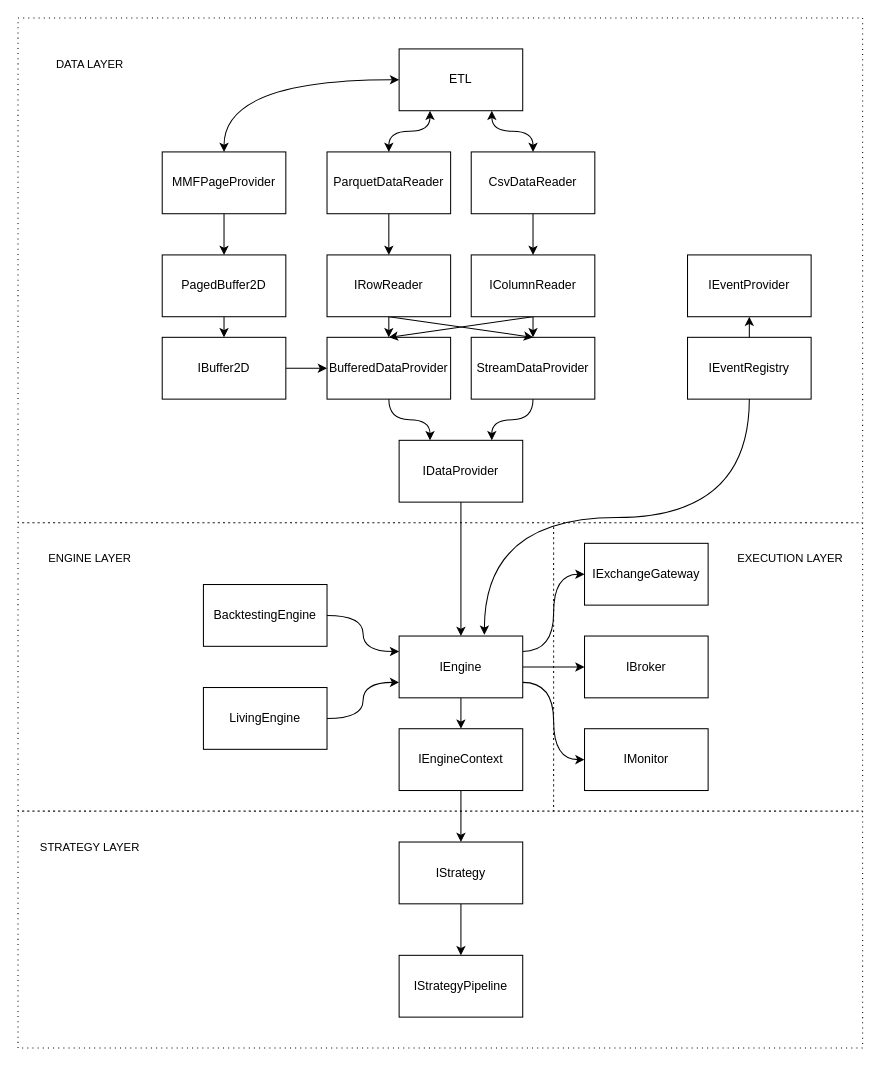
CRThu/CarrotQuant.Net keeps this draw.io diagram as Diagram/CarrotBacktesting.Net.Diagram.drawio. Above is the earlier version. Source tidied: cells renumbered, new cells numbered last; positions are measured from the earlier drawing's top-left corner, leaving out a move shared by most shapes. Both pictures are drawn from the tidied source at 103%, with x=0, y=0 at pixel (18, 18).
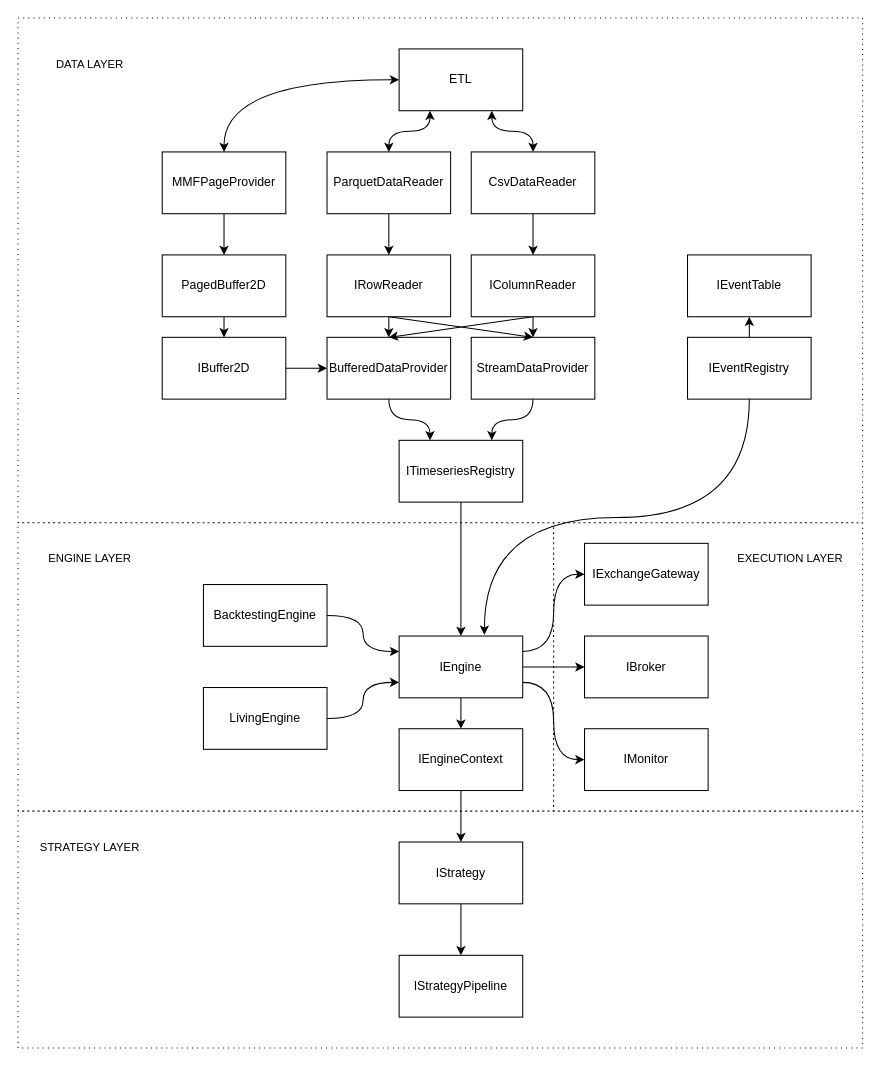
The same page after the edit.

The edit, as a diff of the source:
```diff
@@
-    <mxCell id="7" value="IDataProvider" style="rounded=0;whiteSpace=wrap;html=1;fillColor=default;" parent="1" vertex="1">
+    <mxCell id="7" value="ITimeseriesRegistry" style="rounded=0;whiteSpace=wrap;html=1;fillColor=default;" parent="1" vertex="1">
       <mxGeometry x="370" y="410" width="120" height="60" as="geometry" />
     </mxCell>
@@
-    <mxCell id="55" value="IEventProvider" style="rounded=0;whiteSpace=wrap;html=1;fillColor=default;" parent="1" vertex="1">
+    <mxCell id="55" value="IEventTable" style="rounded=0;whiteSpace=wrap;html=1;fillColor=default;" parent="1" vertex="1">
       <mxGeometry x="650" y="230" width="120" height="60" as="geometry" />
     </mxCell>
```
